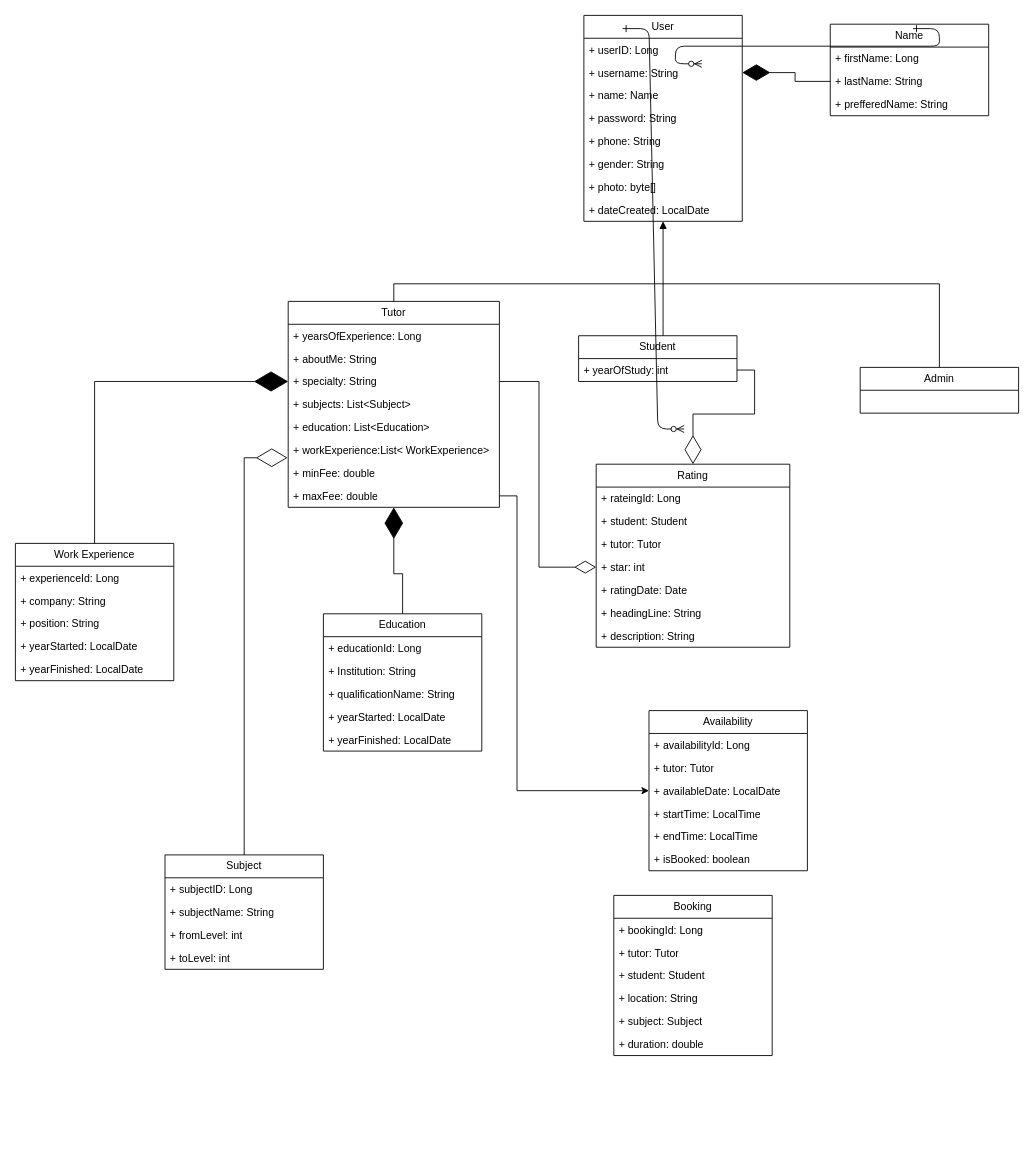
Before: Untitled Diagram.drawio in 20Mphumzi16/TutorScheduleApplication, a draw.io diagram. Source tidied: cells renumbered, new cells numbered last; positions are measured from the earlier drawing's top-left corner, leaving out a move shared by most shapes. Both pictures are drawn from the tidied source at 88%, with x=0, y=0 at pixel (15, 15).
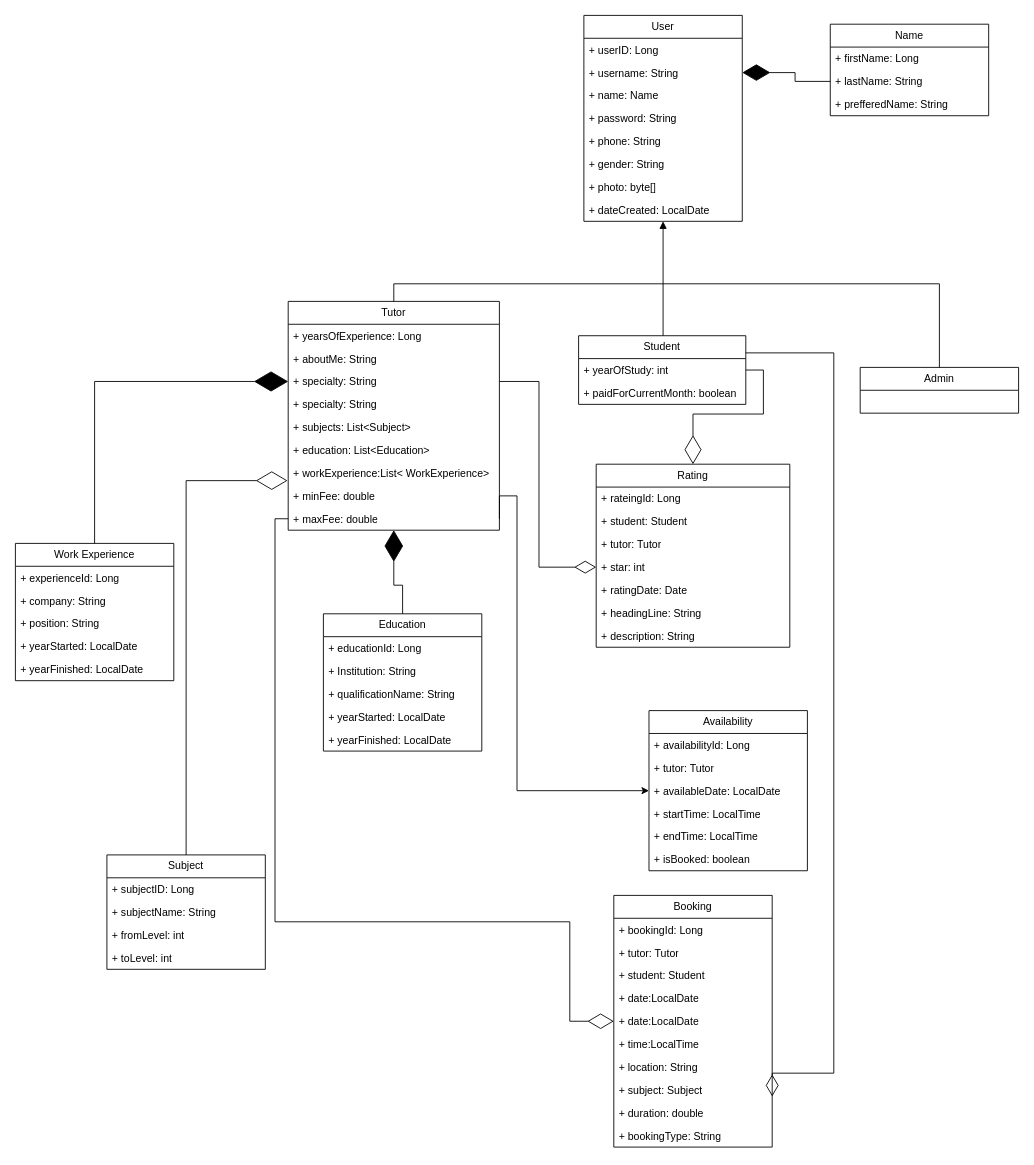
The same page after the edit.

Change to the diagram source:
```diff
@@
-    <mxCell id="2" style="edgeStyle=entityRelationEdgeStyle;endArrow=ERzeroToMany;startArrow=ERone;endFill=1;startFill=0;" parent="1" edge="1">
-      <mxGeometry relative="1" as="geometry">
-        <mxPoint x="690" y="15" as="sourcePoint" />
-        <mxPoint x="760" y="470" as="targetPoint" />
-      </mxGeometry>
-    </mxCell>
-    <mxCell id="3" style="edgeStyle=entityRelationEdgeStyle;endArrow=ERzeroToMany;startArrow=ERone;endFill=1;startFill=0;" parent="1" edge="1">
-      <mxGeometry relative="1" as="geometry">
-        <mxPoint x="1020" y="15" as="sourcePoint" />
-        <mxPoint x="780" y="55" as="targetPoint" />
-      </mxGeometry>
-    </mxCell>
@@
     <mxCell id="15" value="Student" style="swimlane;fontStyle=0;horizontal=1;startSize=26;fillColor=none;whiteSpace=wrap;html=1;" parent="1" vertex="1">
-      <mxGeometry x="640" y="364" width="180" height="52" as="geometry" />
+      <mxGeometry x="640" y="364" width="190" height="78" as="geometry" />
     </mxCell>
     <mxCell id="16" value="+ yearOfStudy: int" style="text;strokeColor=none;fillColor=none;align=left;verticalAlign=top;spacingLeft=4;spacingRight=4;overflow=hidden;points=[[0,0.5],[1,0.5]];portConstraint=eastwest;whiteSpace=wrap;html=1;" parent="15" vertex="1">
-      <mxGeometry y="26" width="180" height="26" as="geometry" />
+      <mxGeometry y="26" width="190" height="26" as="geometry" />
     </mxCell>
+    <mxCell id="78" value="+ paidForCurrentMonth: boolean" style="text;strokeColor=none;fillColor=none;align=left;verticalAlign=top;spacingLeft=4;spacingRight=4;overflow=hidden;whiteSpace=wrap;html=1;" parent="15" vertex="1">
+      <mxGeometry y="52" width="190" height="26" as="geometry" />
+    </mxCell>
@@
     <mxCell id="20" value="Tutor" style="swimlane;fontStyle=0;horizontal=1;startSize=26;fillColor=none;whiteSpace=wrap;html=1;" parent="1" vertex="1">
-      <mxGeometry x="310" y="325" width="240" height="234" as="geometry" />
+      <mxGeometry x="310" y="325" width="240" height="260" as="geometry" />
     </mxCell>
@@
+    <mxCell id="79" value="+ specialty: String" style="text;strokeColor=none;fillColor=none;align=left;verticalAlign=top;spacingLeft=4;spacingRight=4;overflow=hidden;whiteSpace=wrap;html=1;" parent="20" vertex="1">
+      <mxGeometry y="104" width="240" height="26" as="geometry" />
+    </mxCell>
     <mxCell id="24" value="+ subjects: List&amp;lt;Subject&amp;gt;" style="text;strokeColor=none;fillColor=none;align=left;verticalAlign=top;spacingLeft=4;spacingRight=4;overflow=hidden;whiteSpace=wrap;html=1;" parent="20" vertex="1">
-      <mxGeometry y="104" width="240" height="26" as="geometry" />
+      <mxGeometry y="130" width="240" height="26" as="geometry" />
     </mxCell>
     <mxCell id="25" value="+ education: List&amp;lt;Education&amp;gt;" style="text;strokeColor=none;fillColor=none;align=left;verticalAlign=top;spacingLeft=4;spacingRight=4;overflow=hidden;whiteSpace=wrap;html=1;" parent="20" vertex="1">
-      <mxGeometry y="130" width="240" height="26" as="geometry" />
+      <mxGeometry y="156" width="240" height="26" as="geometry" />
     </mxCell>
     <mxCell id="26" value="+ workExperience:List&amp;lt; WorkExperience&amp;gt;" style="text;strokeColor=none;fillColor=none;align=left;verticalAlign=top;spacingLeft=4;spacingRight=4;overflow=hidden;whiteSpace=wrap;html=1;" parent="20" vertex="1">
-      <mxGeometry y="156" width="240" height="26" as="geometry" />
+      <mxGeometry y="182" width="240" height="26" as="geometry" />
     </mxCell>
     <mxCell id="27" value="+ minFee: double" style="text;strokeColor=none;fillColor=none;align=left;verticalAlign=top;spacingLeft=4;spacingRight=4;overflow=hidden;points=[[0,0.5],[1,0.5]];portConstraint=eastwest;whiteSpace=wrap;html=1;" parent="20" vertex="1">
-      <mxGeometry y="182" width="240" height="26" as="geometry" />
+      <mxGeometry y="208" width="240" height="26" as="geometry" />
     </mxCell>
     <mxCell id="28" value="+ maxFee: double" style="text;strokeColor=none;fillColor=none;align=left;verticalAlign=top;spacingLeft=4;spacingRight=4;overflow=hidden;points=[[0,0.5],[1,0.5]];portConstraint=eastwest;whiteSpace=wrap;html=1;" parent="20" vertex="1">
-      <mxGeometry y="208" width="240" height="26" as="geometry" />
+      <mxGeometry y="234" width="240" height="26" as="geometry" />
     </mxCell>
     <mxCell id="29" value="Subject" style="swimlane;fontStyle=0;horizontal=1;startSize=26;fillColor=none;whiteSpace=wrap;html=1;" parent="1" vertex="1">
-      <mxGeometry x="170" y="954" width="180" height="130" as="geometry" />
+      <mxGeometry x="104" y="954" width="180" height="130" as="geometry" />
     </mxCell>
@@
     <mxCell id="39" value="Booking" style="swimlane;fontStyle=0;horizontal=1;startSize=26;fillColor=none;whiteSpace=wrap;html=1;" parent="1" vertex="1">
-      <mxGeometry x="680" y="1000" width="180" height="182" as="geometry" />
+      <mxGeometry x="680" y="1000" width="180" height="286" as="geometry" />
     </mxCell>
@@
+    <mxCell id="80" value="+ date:LocalDate" style="text;strokeColor=none;fillColor=none;align=left;verticalAlign=top;spacingLeft=4;spacingRight=4;overflow=hidden;whiteSpace=wrap;html=1;" parent="39" vertex="1">
+      <mxGeometry y="104" width="180" height="26" as="geometry" />
+    </mxCell>
+    <mxCell id="81" value="+ date:LocalDate" style="text;strokeColor=none;fillColor=none;align=left;verticalAlign=top;spacingLeft=4;spacingRight=4;overflow=hidden;points=[[0,0.5],[1,0.5]];portConstraint=eastwest;whiteSpace=wrap;html=1;" parent="39" vertex="1">
+      <mxGeometry y="130" width="180" height="26" as="geometry" />
+    </mxCell>
+    <mxCell id="82" value="+ time:LocalTime" style="text;strokeColor=none;fillColor=none;align=left;verticalAlign=top;spacingLeft=4;spacingRight=4;overflow=hidden;whiteSpace=wrap;html=1;" parent="39" vertex="1">
+      <mxGeometry y="156" width="180" height="26" as="geometry" />
+    </mxCell>
     <mxCell id="43" value="+ location: String" style="text;strokeColor=none;fillColor=none;align=left;verticalAlign=top;spacingLeft=4;spacingRight=4;overflow=hidden;whiteSpace=wrap;html=1;" parent="39" vertex="1">
-      <mxGeometry y="104" width="180" height="26" as="geometry" />
+      <mxGeometry y="182" width="180" height="26" as="geometry" />
     </mxCell>
     <mxCell id="44" value="+ subject: Subject" style="text;strokeColor=none;fillColor=none;align=left;verticalAlign=top;spacingLeft=4;spacingRight=4;overflow=hidden;points=[[0,0.5],[1,0.5]];portConstraint=eastwest;whiteSpace=wrap;html=1;" parent="39" vertex="1">
-      <mxGeometry y="130" width="180" height="26" as="geometry" />
+      <mxGeometry y="208" width="180" height="26" as="geometry" />
     </mxCell>
     <mxCell id="45" value="+ duration: double" style="text;strokeColor=none;fillColor=none;align=left;verticalAlign=top;spacingLeft=4;spacingRight=4;overflow=hidden;whiteSpace=wrap;html=1;" parent="39" vertex="1">
-      <mxGeometry y="156" width="180" height="26" as="geometry" />
+      <mxGeometry y="234" width="180" height="26" as="geometry" />
     </mxCell>
+    <mxCell id="83" value="+ bookingType: String" style="text;strokeColor=none;fillColor=none;align=left;verticalAlign=top;spacingLeft=4;spacingRight=4;overflow=hidden;whiteSpace=wrap;html=1;" parent="39" vertex="1">
+      <mxGeometry y="260" width="180" height="26" as="geometry" />
+    </mxCell>
@@
+    <mxCell id="84" style="edgeStyle=orthogonalEdgeStyle;rounded=0;jettySize=auto;html=1;exitX=1;exitY=0.25;exitDx=0;exitDy=0;entryX=1;entryY=0.785;entryDx=0;entryDy=0;entryPerimeter=0;endArrow=diamondThin;endFill=0;endSize=22;" parent="1" edge="1" source="15" target="44">
+      <mxGeometry relative="1" as="geometry">
+        <Array as="points">
+          <mxPoint x="930" y="384" />
+          <mxPoint x="930" y="1202" />
+        </Array>
+      </mxGeometry>
+    </mxCell>
+    <mxCell id="85" style="edgeStyle=orthogonalEdgeStyle;rounded=0;jettySize=auto;html=1;exitX=0;exitY=0.5;exitDx=0;exitDy=0;entryX=0;entryY=0.5;entryDx=0;entryDy=0;endArrow=diamondThin;endFill=0;endSize=27;" parent="1" edge="1" source="28" target="81">
+      <mxGeometry relative="1" as="geometry">
+        <Array as="points">
+          <mxPoint x="295" y="572" />
+          <mxPoint x="295" y="1030" />
+          <mxPoint x="630" y="1030" />
+          <mxPoint x="630" y="1143" />
+        </Array>
+      </mxGeometry>
+    </mxCell>
```
